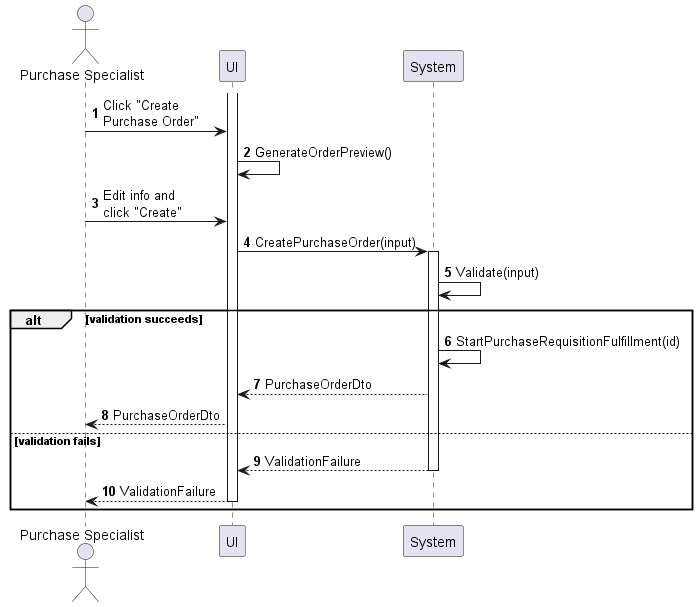
The PlantUML diagram sequences/purchase-order-create.png in phihungha/scmss-reqs, before a commit.
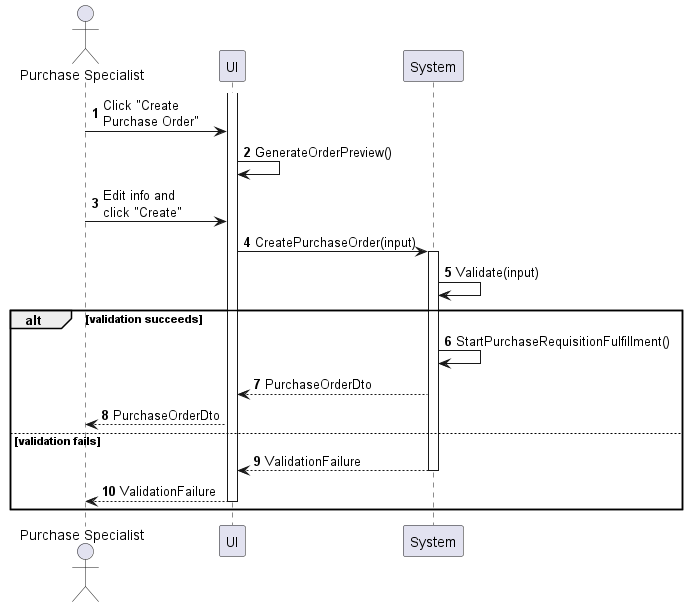
Later version of the same file.

Change to the diagram source:
```diff
@@ -14,7 +14,7 @@
 b -> b : Validate(input)
 
 alt validation succeeds
-    b -> b : StartPurchaseRequisitionFulfillment(id)
+    b -> b : StartPurchaseRequisitionFulfillment()
     b --> f : PurchaseOrderDto
     f --> a : PurchaseOrderDto
 else validation fails
```
